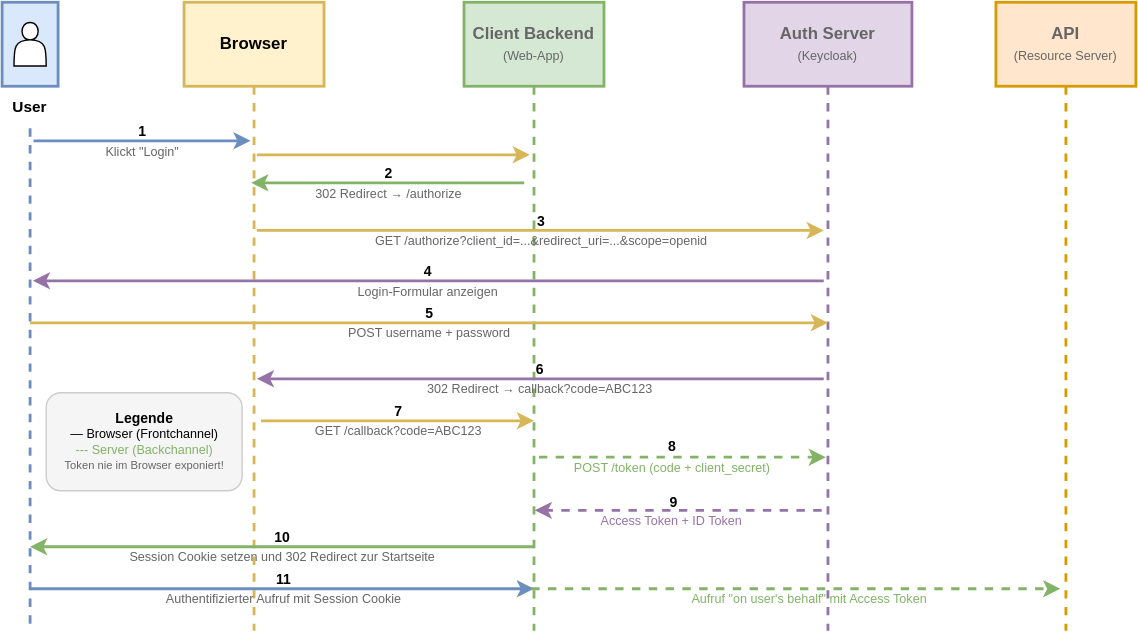
Earlier version of the draw.io export slides/02-protokoll-standards/images/auth_code_flow.drawio.svg (it-erben/training-keycloak). Source tidied: cells renumbered, new cells last; positions are measured from the earlier drawing's top-left corner, leaving out a move shared by most shapes. Its diagram source:
```xml
<mxGraphModel>
  <root>
    <mxCell id="0" />
    <mxCell id="1" parent="0" />
    <mxCell id="2" style="shape=mxgraph.basic.person;whiteSpace=wrap;html=1;fillColor=#dae8fc;strokeColor=#6c8ebf;strokeWidth=2;" parent="1" vertex="1">
      <mxGeometry width="40" height="60" as="geometry" />
    </mxCell>
    <mxCell id="3" value="&lt;font style=&quot;font-size:11px&quot;&gt;&lt;b&gt;User&lt;/b&gt;&lt;/font&gt;" style="text;html=1;strokeColor=none;fillColor=none;align=center;verticalAlign=middle;whiteSpace=wrap;rounded=0;fontColor=#000000;fontSize=11;fontStyle=1;" parent="1" vertex="1">
      <mxGeometry y="67" width="40" height="16" as="geometry" />
    </mxCell>
    <mxCell id="4" style="html=1;strokeColor=#6c8ebf;strokeWidth=2;endArrow=none;dashed=1;rounded=0;" parent="1" edge="1">
      <mxGeometry relative="1" as="geometry">
        <mxPoint x="20" y="90" as="sourcePoint" />
        <mxPoint x="20" y="449" as="targetPoint" />
      </mxGeometry>
    </mxCell>
    <mxCell id="5" value="&lt;b&gt;Browser&lt;/b&gt;" style="rounded=0;whiteSpace=wrap;html=1;fillColor=#fff2cc;strokeColor=#d6b656;strokeWidth=2;align=center;verticalAlign=middle;fontSize=12;" parent="1" vertex="1">
      <mxGeometry x="130" width="100" height="60" as="geometry" />
    </mxCell>
    <mxCell id="6" style="html=1;strokeColor=#d6b656;strokeWidth=2;endArrow=none;dashed=1;rounded=0;exitX=0.5;exitY=1;exitDx=0;exitDy=0;" parent="1" edge="1" source="5">
      <mxGeometry relative="1" as="geometry">
        <mxPoint x="180" y="449" as="targetPoint" />
      </mxGeometry>
    </mxCell>
    <mxCell id="7" value="&lt;b&gt;Client Backend&lt;/b&gt;&lt;br&gt;&lt;font style=&quot;font-size: 9px;&quot; color=&quot;#666666&quot;&gt;(Web-App)&lt;/font&gt;" style="rounded=0;whiteSpace=wrap;html=1;fillColor=#d5e8d4;strokeColor=#82b366;strokeWidth=2;align=center;verticalAlign=middle;fontSize=12;fontColor=#666666;" parent="1" vertex="1">
      <mxGeometry x="330" width="100" height="60" as="geometry" />
    </mxCell>
    <mxCell id="8" style="html=1;strokeColor=#82b366;strokeWidth=2;endArrow=none;dashed=1;rounded=0;exitX=0.5;exitY=1;exitDx=0;exitDy=0;" parent="1" edge="1" source="7">
      <mxGeometry relative="1" as="geometry">
        <mxPoint x="380" y="449" as="targetPoint" />
      </mxGeometry>
    </mxCell>
    <mxCell id="9" value="&lt;b&gt;Auth Server&lt;/b&gt;&lt;br&gt;&lt;font style=&quot;font-size:9px&quot; color=&quot;#666666&quot;&gt;(Keycloak)&lt;/font&gt;" style="rounded=0;whiteSpace=wrap;html=1;fillColor=#e1d5e7;strokeColor=#9673a6;strokeWidth=2;align=center;verticalAlign=middle;fontSize=12;fontColor=#666666;" parent="1" vertex="1">
      <mxGeometry x="530" width="120" height="60" as="geometry" />
    </mxCell>
    <mxCell id="10" style="html=1;strokeColor=#9673a6;strokeWidth=2;endArrow=none;dashed=1;rounded=0;exitX=0.5;exitY=1;exitDx=0;exitDy=0;" parent="1" edge="1" source="9">
      <mxGeometry relative="1" as="geometry">
        <mxPoint x="590" y="449" as="targetPoint" />
      </mxGeometry>
    </mxCell>
    <mxCell id="11" value="&lt;b&gt;API&lt;/b&gt;&lt;br&gt;&lt;font style=&quot;font-size:9px&quot; color=&quot;#666666&quot;&gt;(Resource Server)&lt;/font&gt;" style="rounded=0;whiteSpace=wrap;html=1;fillColor=#ffe6cc;strokeColor=#d79b00;strokeWidth=2;align=center;verticalAlign=middle;fontSize=12;fontColor=#666666;" parent="1" vertex="1">
      <mxGeometry x="710" width="100" height="60" as="geometry" />
    </mxCell>
    <mxCell id="12" style="html=1;strokeColor=#d79b00;strokeWidth=2;endArrow=none;dashed=1;rounded=0;exitX=0.5;exitY=1;exitDx=0;exitDy=0;" parent="1" edge="1" source="11">
      <mxGeometry relative="1" as="geometry">
        <mxPoint x="760" y="449" as="targetPoint" />
      </mxGeometry>
    </mxCell>
    <mxCell id="13" value="&lt;font style=&quot;font-size:10px&quot;&gt;&lt;b&gt;1&lt;/b&gt;&lt;/font&gt;&lt;br&gt;&lt;font color=&quot;#666666&quot; style=&quot;font-size:9px&quot;&gt;Klickt &quot;Login&quot;&lt;/font&gt;" style="html=1;strokeColor=#6c8ebf;strokeWidth=2;endArrow=classic;rounded=0;labelBackgroundColor=none;" parent="1" edge="1">
      <mxGeometry x="0.01" relative="1" as="geometry">
        <mxPoint x="22.5" y="99" as="sourcePoint" />
        <mxPoint x="177.5" y="99" as="targetPoint" />
      </mxGeometry>
    </mxCell>
    <mxCell id="14" style="html=1;strokeColor=#d6b656;strokeWidth=2;endArrow=classic;rounded=0;" parent="1" edge="1">
      <mxGeometry relative="1" as="geometry">
        <mxPoint x="182" y="109" as="sourcePoint" />
        <mxPoint x="377" y="109" as="targetPoint" />
      </mxGeometry>
    </mxCell>
    <mxCell id="15" value="&lt;font style=&quot;font-size:10px&quot;&gt;&lt;b&gt;2&lt;/b&gt;&lt;/font&gt;&lt;br&gt;&lt;font color=&quot;#666666&quot; style=&quot;font-size:9px&quot;&gt;302 Redirect → /authorize&lt;/font&gt;" style="html=1;strokeColor=#82b366;strokeWidth=2;endArrow=classic;rounded=0;labelBackgroundColor=none;" parent="1" edge="1">
      <mxGeometry relative="1" as="geometry">
        <mxPoint x="373" y="129" as="sourcePoint" />
        <mxPoint x="178" y="129" as="targetPoint" />
      </mxGeometry>
    </mxCell>
    <mxCell id="16" value="&lt;span&gt;&lt;font style=&quot;font-size: 10px;&quot;&gt;&lt;b style=&quot;&quot;&gt;3&lt;/b&gt;&lt;/font&gt;&lt;br&gt;&lt;font color=&quot;#666666&quot; style=&quot;font-size: 9px;&quot;&gt;GET /authorize?client_id=...&amp;amp;redirect_uri=...&amp;amp;scope=openid&lt;/font&gt;&lt;/span&gt;" style="html=1;strokeColor=#d6b656;strokeWidth=2;endArrow=classic;rounded=0;labelBackgroundColor=none;" parent="1" edge="1">
      <mxGeometry relative="1" as="geometry">
        <mxPoint x="182" y="163" as="sourcePoint" />
        <mxPoint x="587" y="163" as="targetPoint" />
      </mxGeometry>
    </mxCell>
    <mxCell id="17" value="&lt;font style=&quot;font-size:10px&quot;&gt;&lt;b&gt;4&lt;/b&gt;&lt;/font&gt;&lt;br&gt;&lt;font color=&quot;#666666&quot; style=&quot;font-size:9px&quot;&gt;Login-Formular anzeigen&lt;/font&gt;" style="html=1;strokeColor=#9673a6;strokeWidth=2;endArrow=classic;rounded=0;labelBackgroundColor=none;" parent="1" edge="1">
      <mxGeometry relative="1" as="geometry">
        <mxPoint x="587" y="199" as="sourcePoint" />
        <mxPoint x="22" y="199" as="targetPoint" />
      </mxGeometry>
    </mxCell>
    <mxCell id="18" value="&lt;font style=&quot;font-size:10px&quot;&gt;&lt;b&gt;5&lt;/b&gt;&lt;/font&gt;&lt;br&gt;&lt;font color=&quot;#666666&quot; style=&quot;font-size:9px&quot;&gt;POST username + password&lt;/font&gt;" style="html=1;strokeColor=#d6b656;strokeWidth=2;endArrow=classic;rounded=0;labelBackgroundColor=none;" parent="1" edge="1">
      <mxGeometry relative="1" as="geometry">
        <mxPoint x="20" y="229" as="sourcePoint" />
        <mxPoint x="590" y="229" as="targetPoint" />
      </mxGeometry>
    </mxCell>
    <mxCell id="19" value="&lt;font style=&quot;font-size:10px&quot;&gt;&lt;b&gt;6&lt;/b&gt;&lt;/font&gt;&lt;br&gt;&lt;font color=&quot;#666666&quot; style=&quot;font-size:9px&quot;&gt;302 Redirect → callback?code=ABC123&lt;/font&gt;" style="html=1;strokeColor=#9673a6;strokeWidth=2;endArrow=classic;rounded=0;labelBackgroundColor=none;" parent="1" edge="1">
      <mxGeometry relative="1" as="geometry">
        <mxPoint x="587" y="269" as="sourcePoint" />
        <mxPoint x="182" y="269" as="targetPoint" />
      </mxGeometry>
    </mxCell>
    <mxCell id="20" value="&lt;font style=&quot;font-size:10px&quot;&gt;&lt;b&gt;7&lt;/b&gt;&lt;/font&gt;&lt;br&gt;&lt;font color=&quot;#666666&quot; style=&quot;font-size:9px&quot;&gt;GET /callback?code=ABC123&lt;/font&gt;" style="html=1;strokeColor=#d6b656;strokeWidth=2;endArrow=classic;rounded=0;labelBackgroundColor=none;" parent="1" edge="1">
      <mxGeometry relative="1" as="geometry">
        <mxPoint x="185" y="299" as="sourcePoint" />
        <mxPoint x="380" y="299" as="targetPoint" />
      </mxGeometry>
    </mxCell>
    <mxCell id="21" style="html=1;strokeColor=#82b366;strokeWidth=2;endArrow=classic;dashed=1;rounded=0;" parent="1" edge="1">
      <mxGeometry relative="1" as="geometry">
        <mxPoint x="383.5" y="325" as="sourcePoint" />
        <mxPoint x="588.5" y="325" as="targetPoint" />
      </mxGeometry>
    </mxCell>
    <mxCell id="22" value="&lt;font style=&quot;font-size:10px&quot;&gt;&lt;b&gt;8&lt;/b&gt;&lt;/font&gt;" style="text;html=1;strokeColor=none;fillColor=none;align=center;verticalAlign=middle;whiteSpace=wrap;rounded=0;fontColor=#000000;fontSize=10;fontStyle=1;" parent="1" vertex="1">
      <mxGeometry x="458.5" y="309" width="40" height="15" as="geometry" />
    </mxCell>
    <mxCell id="23" value="&lt;font style=&quot;font-size:9px&quot; color=&quot;#82b366&quot;&gt;POST /token (code + client_secret)&lt;/font&gt;" style="text;html=1;strokeColor=none;fillColor=none;align=center;verticalAlign=middle;whiteSpace=wrap;rounded=0;fontColor=#82b366;fontSize=9;" parent="1" vertex="1">
      <mxGeometry x="371.5" y="326" width="214" height="14" as="geometry" />
    </mxCell>
    <mxCell id="24" style="html=1;strokeColor=#9673a6;strokeWidth=2;endArrow=classic;dashed=1;rounded=0;" parent="1" edge="1">
      <mxGeometry relative="1" as="geometry">
        <mxPoint x="585.5" y="363" as="sourcePoint" />
        <mxPoint x="380.5" y="363" as="targetPoint" />
      </mxGeometry>
    </mxCell>
    <mxCell id="25" value="&lt;font style=&quot;font-size:10px&quot;&gt;&lt;b&gt;9&lt;/b&gt;&lt;/font&gt;" style="text;html=1;strokeColor=none;fillColor=none;align=center;verticalAlign=middle;whiteSpace=wrap;rounded=0;fontColor=#000000;fontSize=10;fontStyle=1;" parent="1" vertex="1">
      <mxGeometry x="460" y="349" width="40" height="15" as="geometry" />
    </mxCell>
    <mxCell id="26" value="&lt;font style=&quot;font-size:9px&quot; color=&quot;#9673a6&quot;&gt;Access Token + ID Token&lt;/font&gt;" style="text;html=1;strokeColor=none;fillColor=none;align=center;verticalAlign=middle;whiteSpace=wrap;rounded=0;fontColor=#9673a6;fontSize=9;" parent="1" vertex="1">
      <mxGeometry x="405.5" y="364" width="145" height="14" as="geometry" />
    </mxCell>
    <mxCell id="27" value="&lt;font style=&quot;font-size:10px&quot;&gt;&lt;b&gt;Legende&lt;/b&gt;&lt;/font&gt;&lt;br&gt;&lt;font style=&quot;font-size:9px&quot;&gt;— Browser (Frontchannel)&lt;/font&gt;&lt;br&gt;&lt;font style=&quot;font-size:9px&quot; color=&quot;#82b366&quot;&gt;--- Server (Backchannel)&lt;/font&gt;&lt;br&gt;&lt;font style=&quot;font-size:8px&quot; color=&quot;#666666&quot;&gt;Token nie im Browser exponiert!&lt;/font&gt;" style="rounded=1;whiteSpace=wrap;html=1;fillColor=#f5f5f5;strokeColor=#cccccc;strokeWidth=1;align=center;verticalAlign=middle;fontSize=9;" parent="1" vertex="1">
      <mxGeometry x="31.5" y="279" width="140" height="70" as="geometry" />
    </mxCell>
    <mxCell id="28" style="shape=actor;whiteSpace=wrap;html=1;" parent="1" vertex="1">
      <mxGeometry x="8.5" y="14.5" width="23" height="31" as="geometry" />
    </mxCell>
    <mxCell id="29" value="&lt;span style=&quot;font-size: 10px;&quot;&gt;&lt;b&gt;10&lt;/b&gt;&lt;/span&gt;&lt;br&gt;&lt;font color=&quot;#666666&quot; style=&quot;font-size: 9px;&quot;&gt;Session Cookie setzen und 302 Redirect zur Startseite&lt;/font&gt;" style="html=1;strokeColor=#82b366;strokeWidth=2;endArrow=classic;rounded=0;labelBackgroundColor=none;" parent="1" edge="1">
      <mxGeometry relative="1" as="geometry">
        <mxPoint x="380" y="389" as="sourcePoint" />
        <mxPoint x="20" y="389" as="targetPoint" />
      </mxGeometry>
    </mxCell>
    <mxCell id="30" value="&lt;font style=&quot;font-size:10px&quot;&gt;&lt;b&gt;11&lt;/b&gt;&lt;/font&gt;&lt;br&gt;&lt;font color=&quot;#666666&quot; style=&quot;font-size: 9px;&quot;&gt;Authentifizierter Aufruf mit Session Cookie&lt;/font&gt;" style="html=1;strokeColor=#6c8ebf;strokeWidth=2;endArrow=classic;rounded=0;labelBackgroundColor=none;" parent="1" edge="1">
      <mxGeometry x="0.01" relative="1" as="geometry">
        <mxPoint x="20" y="419" as="sourcePoint" />
        <mxPoint x="380" y="419" as="targetPoint" />
      </mxGeometry>
    </mxCell>
    <mxCell id="31" style="html=1;strokeColor=#82b366;strokeWidth=2;endArrow=classic;dashed=1;rounded=0;" parent="1" edge="1">
      <mxGeometry relative="1" as="geometry">
        <mxPoint x="378" y="419" as="sourcePoint" />
        <mxPoint x="756" y="419" as="targetPoint" />
      </mxGeometry>
    </mxCell>
    <mxCell id="32" value="Aufruf &quot;on user's behalf&quot; mit Access Token" style="text;html=1;strokeColor=none;fillColor=none;align=center;verticalAlign=middle;whiteSpace=wrap;rounded=0;fontColor=#82b366;fontSize=9;" parent="1" vertex="1">
      <mxGeometry x="470" y="420" width="214" height="14" as="geometry" />
    </mxCell>
  </root>
</mxGraphModel>
```
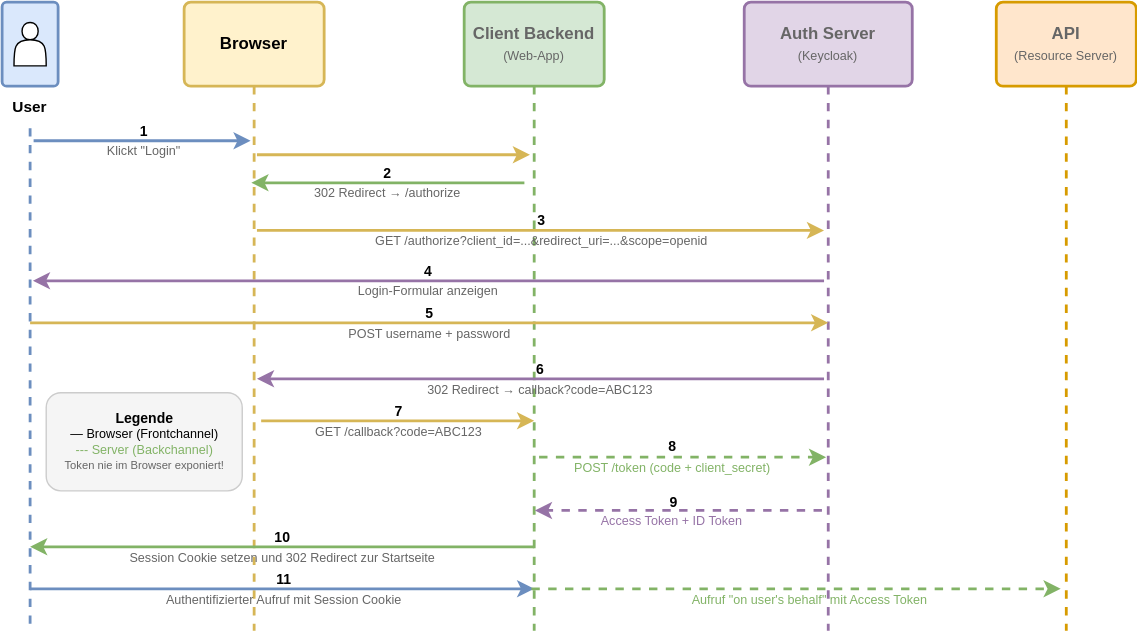
The same file after the commit.

Change to the diagram source:
```diff
@@ -2,7 +2,7 @@
   <root>
     <mxCell id="0" />
     <mxCell id="1" parent="0" />
-    <mxCell id="2" style="shape=mxgraph.basic.person;whiteSpace=wrap;html=1;fillColor=#dae8fc;strokeColor=#6c8ebf;strokeWidth=2;" parent="1" vertex="1">
+    <mxCell id="2" style="shape=mxgraph.basic.person;whiteSpace=wrap;html=1;fillColor=#dae8fc;strokeColor=#6c8ebf;strokeWidth=2;rounded=1;arcSize=8;" parent="1" vertex="1">
       <mxGeometry width="40" height="60" as="geometry" />
     </mxCell>
     <mxCell id="3" value="&lt;font style=&quot;font-size:11px&quot;&gt;&lt;b&gt;User&lt;/b&gt;&lt;/font&gt;" style="text;html=1;strokeColor=none;fillColor=none;align=center;verticalAlign=middle;whiteSpace=wrap;rounded=0;fontColor=#000000;fontSize=11;fontStyle=1;" parent="1" vertex="1">
@@ -14,7 +14,7 @@
         <mxPoint x="20" y="449" as="targetPoint" />
       </mxGeometry>
     </mxCell>
-    <mxCell id="5" value="&lt;b&gt;Browser&lt;/b&gt;" style="rounded=0;whiteSpace=wrap;html=1;fillColor=#fff2cc;strokeColor=#d6b656;strokeWidth=2;align=center;verticalAlign=middle;fontSize=12;" parent="1" vertex="1">
+    <mxCell id="5" value="&lt;b&gt;Browser&lt;/b&gt;" style="rounded=1;whiteSpace=wrap;html=1;fillColor=#fff2cc;strokeColor=#d6b656;strokeWidth=2;align=center;verticalAlign=middle;fontSize=12;arcSize=8;" parent="1" vertex="1">
       <mxGeometry x="130" width="100" height="60" as="geometry" />
     </mxCell>
     <mxCell id="6" style="html=1;strokeColor=#d6b656;strokeWidth=2;endArrow=none;dashed=1;rounded=0;exitX=0.5;exitY=1;exitDx=0;exitDy=0;" parent="1" edge="1" source="5">
@@ -22,7 +22,7 @@
         <mxPoint x="180" y="449" as="targetPoint" />
       </mxGeometry>
     </mxCell>
-    <mxCell id="7" value="&lt;b&gt;Client Backend&lt;/b&gt;&lt;br&gt;&lt;font style=&quot;font-size: 9px;&quot; color=&quot;#666666&quot;&gt;(Web-App)&lt;/font&gt;" style="rounded=0;whiteSpace=wrap;html=1;fillColor=#d5e8d4;strokeColor=#82b366;strokeWidth=2;align=center;verticalAlign=middle;fontSize=12;fontColor=#666666;" parent="1" vertex="1">
+    <mxCell id="7" value="&lt;b&gt;Client Backend&lt;/b&gt;&lt;br&gt;&lt;font style=&quot;font-size: 9px;&quot; color=&quot;#666666&quot;&gt;(Web-App)&lt;/font&gt;" style="rounded=1;whiteSpace=wrap;html=1;fillColor=#d5e8d4;strokeColor=#82b366;strokeWidth=2;align=center;verticalAlign=middle;fontSize=12;fontColor=#666666;arcSize=8;" parent="1" vertex="1">
       <mxGeometry x="330" width="100" height="60" as="geometry" />
     </mxCell>
     <mxCell id="8" style="html=1;strokeColor=#82b366;strokeWidth=2;endArrow=none;dashed=1;rounded=0;exitX=0.5;exitY=1;exitDx=0;exitDy=0;" parent="1" edge="1" source="7">
@@ -30,7 +30,7 @@
         <mxPoint x="380" y="449" as="targetPoint" />
       </mxGeometry>
     </mxCell>
-    <mxCell id="9" value="&lt;b&gt;Auth Server&lt;/b&gt;&lt;br&gt;&lt;font style=&quot;font-size:9px&quot; color=&quot;#666666&quot;&gt;(Keycloak)&lt;/font&gt;" style="rounded=0;whiteSpace=wrap;html=1;fillColor=#e1d5e7;strokeColor=#9673a6;strokeWidth=2;align=center;verticalAlign=middle;fontSize=12;fontColor=#666666;" parent="1" vertex="1">
+    <mxCell id="9" value="&lt;b&gt;Auth Server&lt;/b&gt;&lt;br&gt;&lt;font style=&quot;font-size:9px&quot; color=&quot;#666666&quot;&gt;(Keycloak)&lt;/font&gt;" style="rounded=1;whiteSpace=wrap;html=1;fillColor=#e1d5e7;strokeColor=#9673a6;strokeWidth=2;align=center;verticalAlign=middle;fontSize=12;fontColor=#666666;arcSize=8;" parent="1" vertex="1">
       <mxGeometry x="530" width="120" height="60" as="geometry" />
     </mxCell>
     <mxCell id="10" style="html=1;strokeColor=#9673a6;strokeWidth=2;endArrow=none;dashed=1;rounded=0;exitX=0.5;exitY=1;exitDx=0;exitDy=0;" parent="1" edge="1" source="9">
@@ -38,7 +38,7 @@
         <mxPoint x="590" y="449" as="targetPoint" />
       </mxGeometry>
     </mxCell>
-    <mxCell id="11" value="&lt;b&gt;API&lt;/b&gt;&lt;br&gt;&lt;font style=&quot;font-size:9px&quot; color=&quot;#666666&quot;&gt;(Resource Server)&lt;/font&gt;" style="rounded=0;whiteSpace=wrap;html=1;fillColor=#ffe6cc;strokeColor=#d79b00;strokeWidth=2;align=center;verticalAlign=middle;fontSize=12;fontColor=#666666;" parent="1" vertex="1">
+    <mxCell id="11" value="&lt;b&gt;API&lt;/b&gt;&lt;br&gt;&lt;font style=&quot;font-size:9px&quot; color=&quot;#666666&quot;&gt;(Resource Server)&lt;/font&gt;" style="rounded=1;whiteSpace=wrap;html=1;fillColor=#ffe6cc;strokeColor=#d79b00;strokeWidth=2;align=center;verticalAlign=middle;fontSize=12;fontColor=#666666;arcSize=8;" parent="1" vertex="1">
       <mxGeometry x="710" width="100" height="60" as="geometry" />
     </mxCell>
     <mxCell id="12" style="html=1;strokeColor=#d79b00;strokeWidth=2;endArrow=none;dashed=1;rounded=0;exitX=0.5;exitY=1;exitDx=0;exitDy=0;" parent="1" edge="1" source="11">
```
